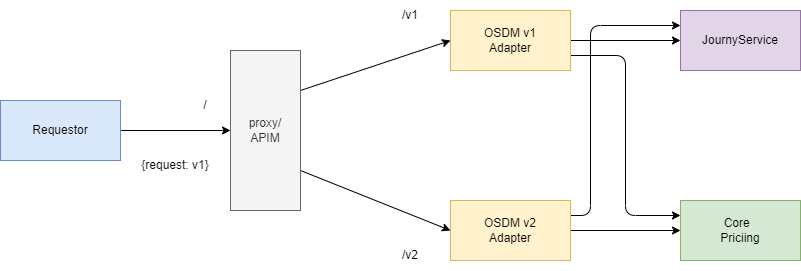
Before: images/deployment/deployment-best-practice.png, a diagram exported from draw.io (UnionInternationalCheminsdeFer/OSDM). Source tidied: cells renumbered, new cells last; positions are measured from the earlier drawing's top-left corner, leaving out a move shared by most shapes.
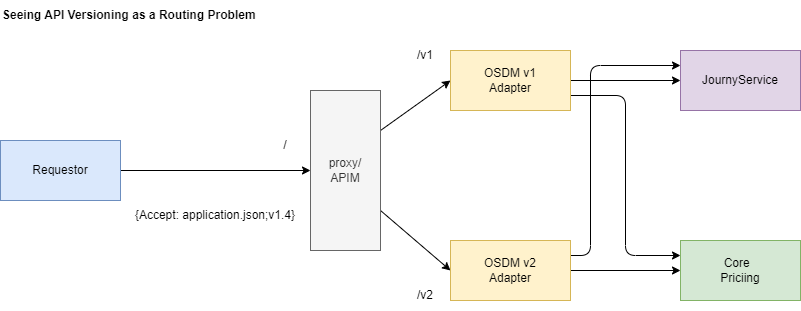
Above is the later version.

Commit message:
update deployment best practice

What changed in the source:
```diff
@@ -9,7 +9,7 @@
       <mxGeometry relative="1" as="geometry" />
     </mxCell>
     <mxCell id="4" value="proxy/&lt;br&gt;APIM" style="rounded=0;whiteSpace=wrap;html=1;fillColor=#f5f5f5;fontColor=#333333;strokeColor=#666666;" parent="1" vertex="1">
-      <mxGeometry x="230" y="50" width="70" height="160" as="geometry" />
+      <mxGeometry x="310" y="50" width="70" height="160" as="geometry" />
     </mxCell>
     <mxCell id="5" style="edgeStyle=orthogonalEdgeStyle;rounded=1;jettySize=auto;html=1;entryX=0;entryY=0.5;entryDx=0;entryDy=0;" parent="1" edge="1" source="7" target="15">
       <mxGeometry relative="1" as="geometry" />
@@ -35,10 +35,10 @@
       <mxGeometry x="450" y="10" width="120" height="60" as="geometry" />
     </mxCell>
     <mxCell id="11" value="/v2" style="text;html=1;strokeColor=none;fillColor=none;align=center;verticalAlign=middle;whiteSpace=wrap;rounded=0;" parent="1" vertex="1">
-      <mxGeometry x="380" y="240" width="60" height="30" as="geometry" />
+      <mxGeometry x="410" y="240" width="30" height="30" as="geometry" />
     </mxCell>
     <mxCell id="12" value="/v1" style="text;html=1;strokeColor=none;fillColor=none;align=center;verticalAlign=middle;whiteSpace=wrap;rounded=0;" parent="1" vertex="1">
-      <mxGeometry x="380" width="60" height="30" as="geometry" />
+      <mxGeometry x="410" width="30" height="30" as="geometry" />
     </mxCell>
     <mxCell id="13" style="endArrow=classic;html=1;rounded=0;entryX=0;entryY=0.5;entryDx=0;entryDy=0;" parent="1" edge="1" target="4">
       <mxGeometry relative="1" as="geometry">
@@ -52,13 +52,16 @@
       <mxGeometry x="680" y="200" width="120" height="60" as="geometry" />
     </mxCell>
     <mxCell id="16" value="/" style="text;html=1;strokeColor=none;fillColor=none;align=center;verticalAlign=middle;whiteSpace=wrap;rounded=0;" parent="1" vertex="1">
-      <mxGeometry x="190" y="90" width="30" height="30" as="geometry" />
+      <mxGeometry x="270" y="90" width="30" height="30" as="geometry" />
     </mxCell>
-    <mxCell id="17" value="{request: v1}" style="text;html=1;strokeColor=none;fillColor=none;align=center;verticalAlign=middle;whiteSpace=wrap;rounded=0;" parent="1" vertex="1">
-      <mxGeometry x="130" y="150" width="90" height="30" as="geometry" />
+    <mxCell id="17" value="{Accept: application.json;v1.4}" style="text;html=1;strokeColor=none;fillColor=none;align=center;verticalAlign=middle;whiteSpace=wrap;rounded=0;" parent="1" vertex="1">
+      <mxGeometry x="130" y="160" width="170" height="30" as="geometry" />
     </mxCell>
     <mxCell id="18" value="JournyService" style="rounded=0;whiteSpace=wrap;html=1;fillColor=#e1d5e7;strokeColor=#9673a6;" parent="1" vertex="1">
       <mxGeometry x="680" y="10" width="120" height="60" as="geometry" />
     </mxCell>
+    <mxCell id="19" value="&lt;b&gt;Seeing API Versioning as a Routing Problem&lt;/b&gt;" style="text;html=1;strokeColor=none;fillColor=none;align=left;verticalAlign=middle;whiteSpace=wrap;rounded=0;" parent="1" vertex="1">
+      <mxGeometry y="-40" width="280" height="30" as="geometry" />
+    </mxCell>
   </root>
 </mxGraphModel>
```
